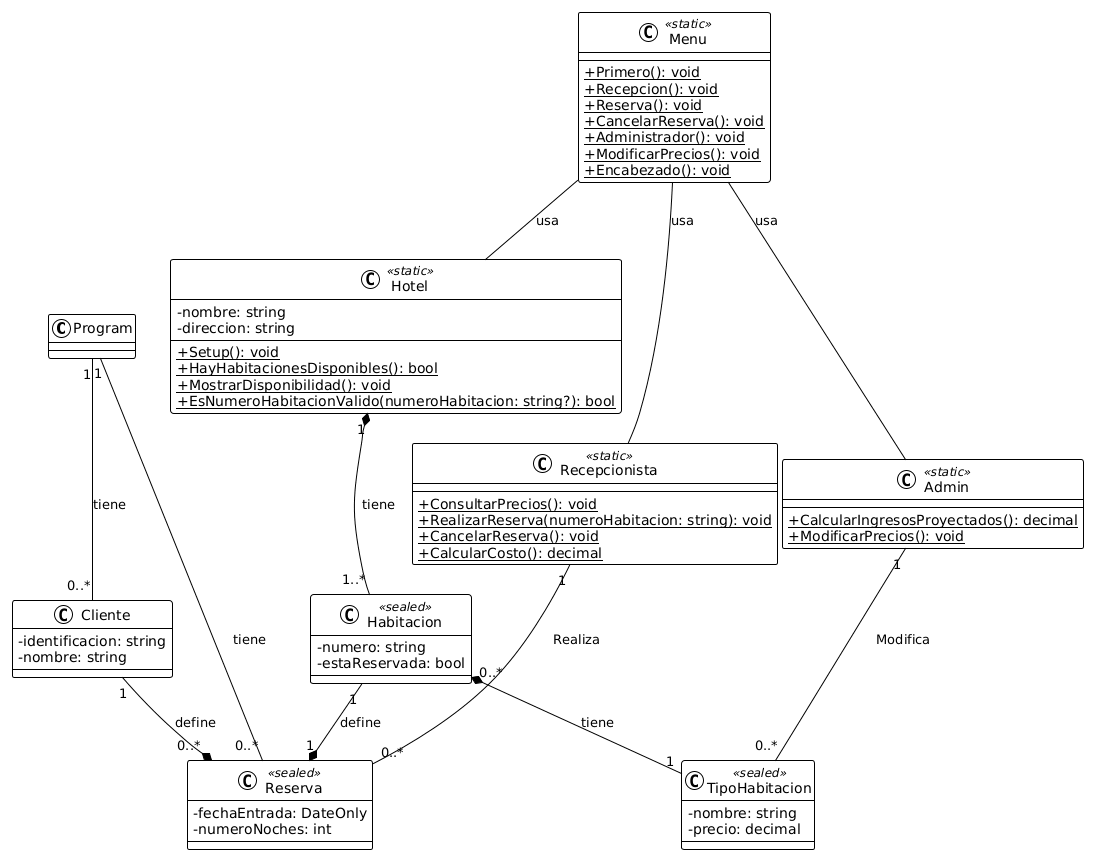
JoseVahos/HotelSystemRepo keeps this PlantUML diagram as Diagrams/Diagrama de clases.png. Above is the earlier version.
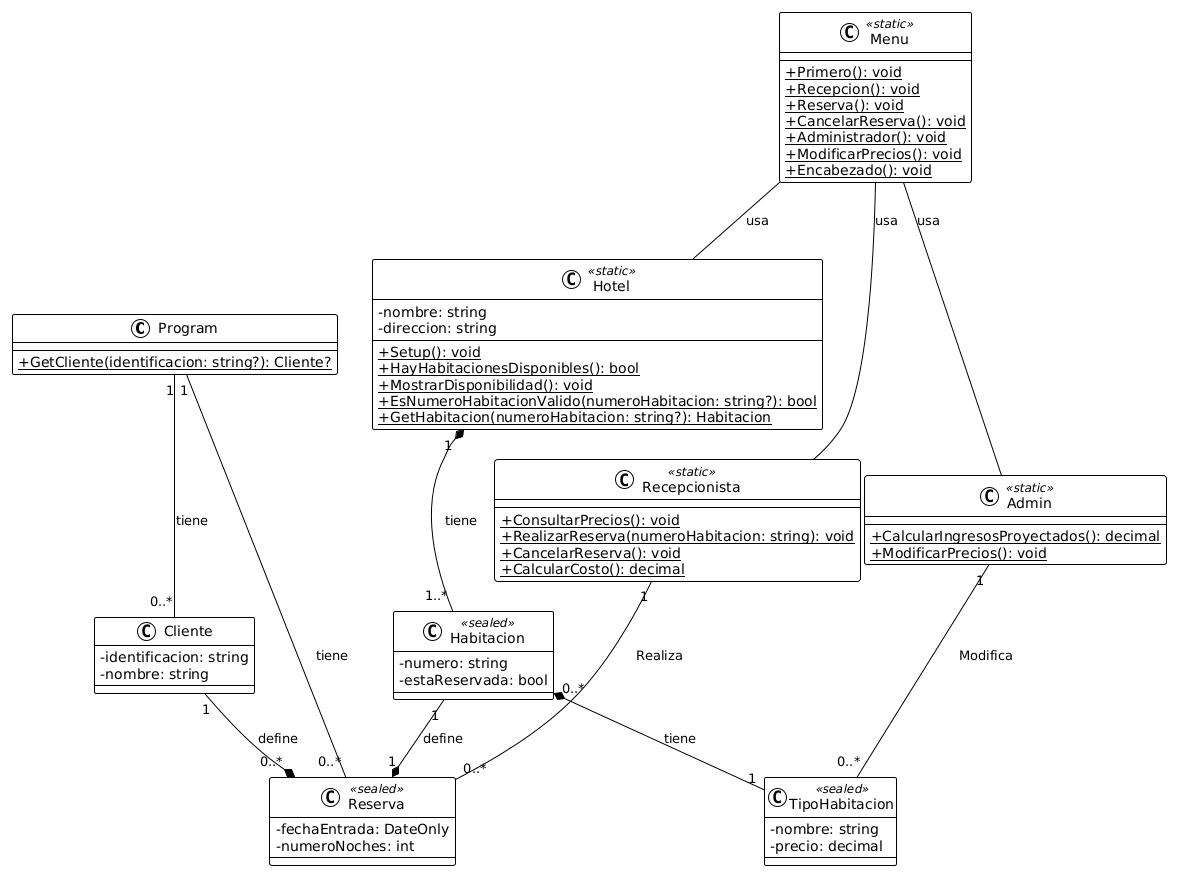
Above is the later version.

Commit message:
Métodos que podrían necesitarse más adelante - Adición de GetHabitacion() a #Hotel - Adición de GetCliente() a #Program

The edit, as a diff of the source:
```diff
@@ -2,7 +2,9 @@
 skinparam classAttributeIconSize 0
 !theme plain
 
-class Program{}
+class Program{
+    {static} +GetCliente(identificacion: string?): Cliente?
+}
 class Admin <<static>>{
     {static} +CalcularIngresosProyectados(): decimal
     {static} +ModificarPrecios(): void
@@ -22,6 +24,7 @@
     {static} +HayHabitacionesDisponibles(): bool
     {static} +MostrarDisponibilidad(): void
     {static} +EsNumeroHabitacionValido(numeroHabitacion: string?): bool
+    {static} +GetHabitacion(numeroHabitacion: string?): Habitacion
 }
 class Menu <<static>>{
     {static} +Primero(): void
```
